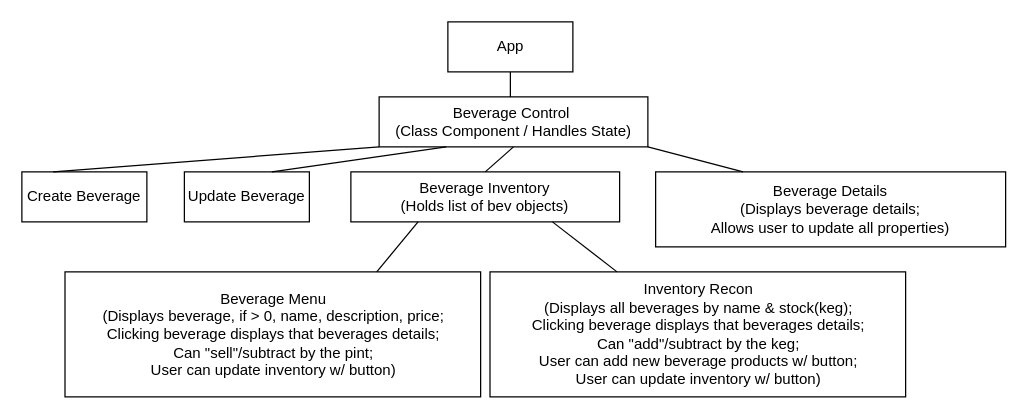
This is plan.drawio from jessi-b/tap-room, a draw.io file, before an edit. Source tidied: cells renumbered, new cells numbered last; positions are measured from the earlier drawing's top-left corner, leaving out a move shared by most shapes. Both pictures are drawn from the tidied source at 125%, with x=0, y=0 at pixel (21, 21).
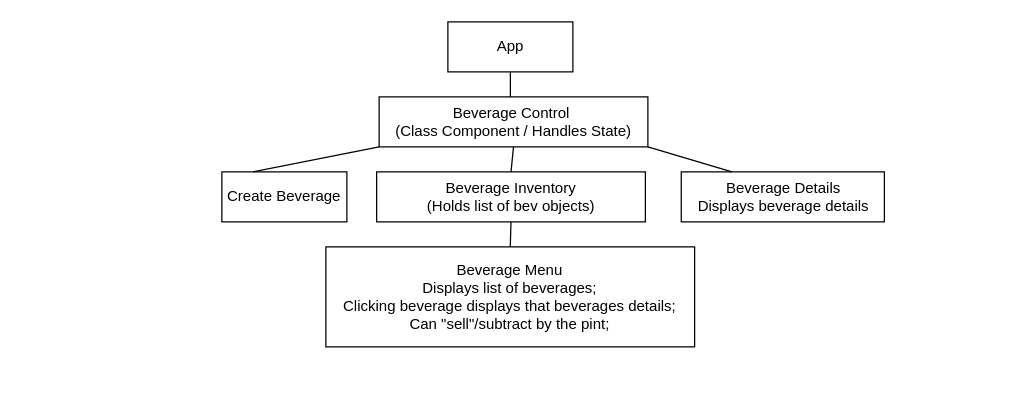
After the change.

The edit, as a diff of the source:
```diff
@@
 <mxGraphModel>
   <root>
     <mxCell id="0" />
     <mxCell id="1" parent="0" />
     <mxCell id="2" value="App" style="whiteSpace=wrap;html=1;align=center;" parent="1" vertex="1">
       <mxGeometry x="340.8" width="100" height="40" as="geometry" />
     </mxCell>
     <mxCell id="3" value="Beverage Control&amp;nbsp;&lt;br&gt;(Class Component / Handles State)" style="whiteSpace=wrap;html=1;align=center;" parent="1" vertex="1">
       <mxGeometry x="285.8" y="60" width="215" height="40" as="geometry" />
     </mxCell>
     <mxCell id="4" value="Beverage Inventory&lt;br&gt;(Holds list of bev objects)" style="whiteSpace=wrap;html=1;align=center;" parent="1" vertex="1">
-      <mxGeometry x="263.2" y="120" width="215" height="40" as="geometry" />
+      <mxGeometry x="283.8" y="120" width="215" height="40" as="geometry" />
     </mxCell>
-    <mxCell id="5" value="Beverage Details&lt;br&gt;(Displays beverage details;&lt;br&gt;Allows user to update all properties)" style="whiteSpace=wrap;html=1;align=center;" parent="1" vertex="1">
-      <mxGeometry x="507" y="120" width="280" height="60" as="geometry" />
+    <mxCell id="5" value="Beverage Details&lt;br&gt;Displays beverage details" style="whiteSpace=wrap;html=1;align=center;" parent="1" vertex="1">
+      <mxGeometry x="527.5" y="120" width="162.5" height="40" as="geometry" />
     </mxCell>
-    <mxCell id="6" value="Beverage Menu&lt;br&gt;(Displays beverage, if &amp;gt; 0, name, description, price;&lt;br&gt;Clicking beverage displays that beverages details;&lt;br&gt;Can &quot;sell&quot;/subtract by the pint;&lt;br&gt;User can update inventory w/ button)" style="whiteSpace=wrap;html=1;align=center;" parent="1" vertex="1">
-      <mxGeometry x="34.5" y="200" width="332.5" height="100" as="geometry" />
+    <mxCell id="6" value="Beverage Menu&lt;br&gt;Displays list of beverages;&lt;br&gt;Clicking beverage displays that beverages details;&lt;br&gt;Can &quot;sell&quot;/subtract by the pint;" style="whiteSpace=wrap;html=1;align=center;" parent="1" vertex="1">
+      <mxGeometry x="243.2" y="180" width="295" height="80" as="geometry" />
     </mxCell>
-    <mxCell id="7" value="Inventory Recon&lt;br&gt;(Displays all beverages by name &amp;amp; stock(keg);&lt;br&gt;Clicking beverage displays that beverages details;&lt;br&gt;Can &quot;add&quot;/subtract by the keg;&lt;br&gt;User can add new beverage products w/ button;&lt;br&gt;User can update inventory w/ button)" style="whiteSpace=wrap;html=1;align=center;" parent="1" vertex="1">
-      <mxGeometry x="374.5" y="200" width="332.5" height="100" as="geometry" />
-    </mxCell>
-    <mxCell id="8" style="endArrow=none;html=1;rounded=0;exitX=0.25;exitY=1;exitDx=0;exitDy=0;entryX=0.75;entryY=0;entryDx=0;entryDy=0;" parent="1" edge="1" source="4" target="6">
+    <mxCell id="8" style="endArrow=none;html=1;rounded=0;entryX=0.5;entryY=0;entryDx=0;entryDy=0;exitX=0.5;exitY=1;exitDx=0;exitDy=0;" parent="1" edge="1" source="4" target="6">
       <mxGeometry relative="1" as="geometry" />
     </mxCell>
     <mxCell id="9" style="endArrow=none;html=1;rounded=0;exitX=0.5;exitY=1;exitDx=0;exitDy=0;" parent="1" edge="1" source="2">
       <mxGeometry relative="1" as="geometry">
         <mxPoint x="390.8" y="60" as="targetPoint" />
       </mxGeometry>
     </mxCell>
-    <mxCell id="10" style="endArrow=none;html=1;rounded=0;exitX=0.75;exitY=1;exitDx=0;exitDy=0;" parent="1" edge="1" source="4" target="7">
-      <mxGeometry relative="1" as="geometry" />
-    </mxCell>
-    <mxCell id="11" value="Update Beverage" style="whiteSpace=wrap;html=1;align=center;" parent="1" vertex="1">
-      <mxGeometry x="130" y="120" width="100" height="40" as="geometry" />
-    </mxCell>
     <mxCell id="12" value="Create Beverage" style="whiteSpace=wrap;html=1;align=center;" parent="1" vertex="1">
-      <mxGeometry y="120" width="100" height="40" as="geometry" />
+      <mxGeometry x="160" y="120" width="100" height="40" as="geometry" />
     </mxCell>
     <mxCell id="13" style="endArrow=none;html=1;rounded=0;entryX=0;entryY=1;entryDx=0;entryDy=0;exitX=0.25;exitY=0;exitDx=0;exitDy=0;" parent="1" edge="1" source="12" target="3">
       <mxGeometry relative="1" as="geometry" />
     </mxCell>
-    <mxCell id="14" style="endArrow=none;html=1;rounded=0;entryX=0.25;entryY=1;entryDx=0;entryDy=0;" parent="1" edge="1" target="3">
-      <mxGeometry relative="1" as="geometry">
-        <mxPoint x="200" y="120" as="sourcePoint" />
-      </mxGeometry>
-    </mxCell>
     <mxCell id="15" style="endArrow=none;html=1;rounded=0;entryX=1;entryY=1;entryDx=0;entryDy=0;exitX=0.25;exitY=0;exitDx=0;exitDy=0;" parent="1" edge="1" source="5" target="3">
       <mxGeometry relative="1" as="geometry" />
     </mxCell>
     <mxCell id="16" style="endArrow=none;html=1;rounded=0;entryX=0.5;entryY=1;entryDx=0;entryDy=0;exitX=0.5;exitY=0;exitDx=0;exitDy=0;" parent="1" edge="1" source="4" target="3">
       <mxGeometry relative="1" as="geometry" />
     </mxCell>
   </root>
 </mxGraphModel>
```
